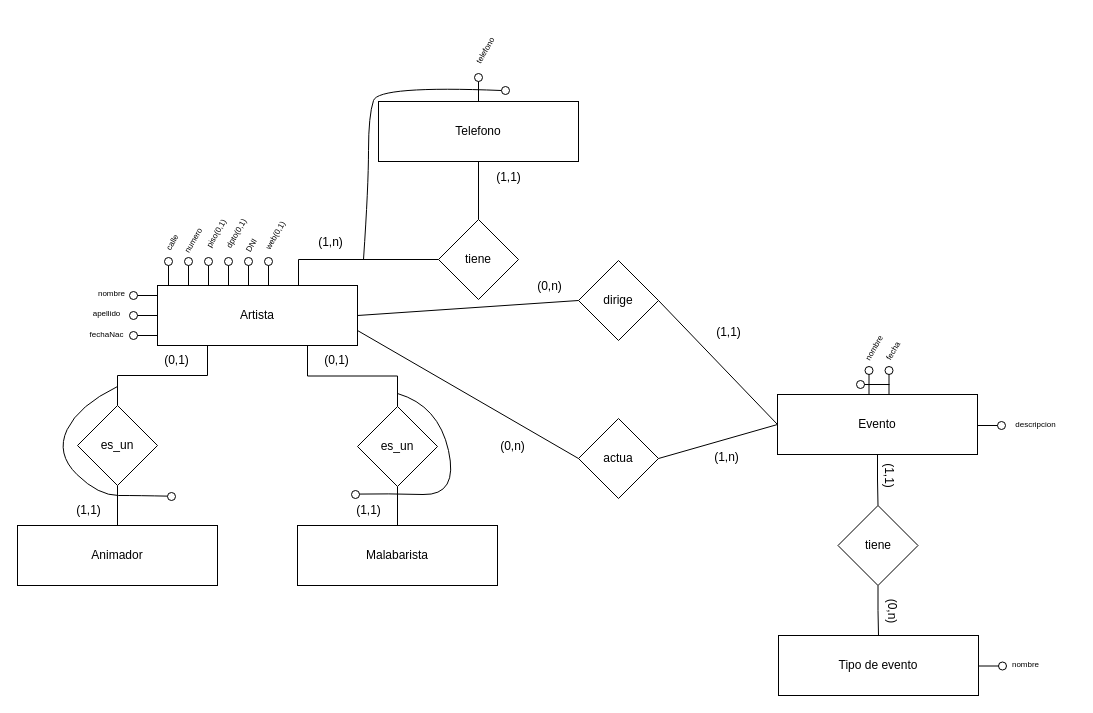
Above: Practicas/Practica1/ej17/logico.drawio in gonblas/bd (draw.io), before the change. Source tidied: cells renumbered, new cells numbered last; positions are measured from the earlier drawing's top-left corner, leaving out a move shared by most shapes. Both pictures are drawn from the tidied source at 100%, with x=0, y=0 at pixel (17, 35).
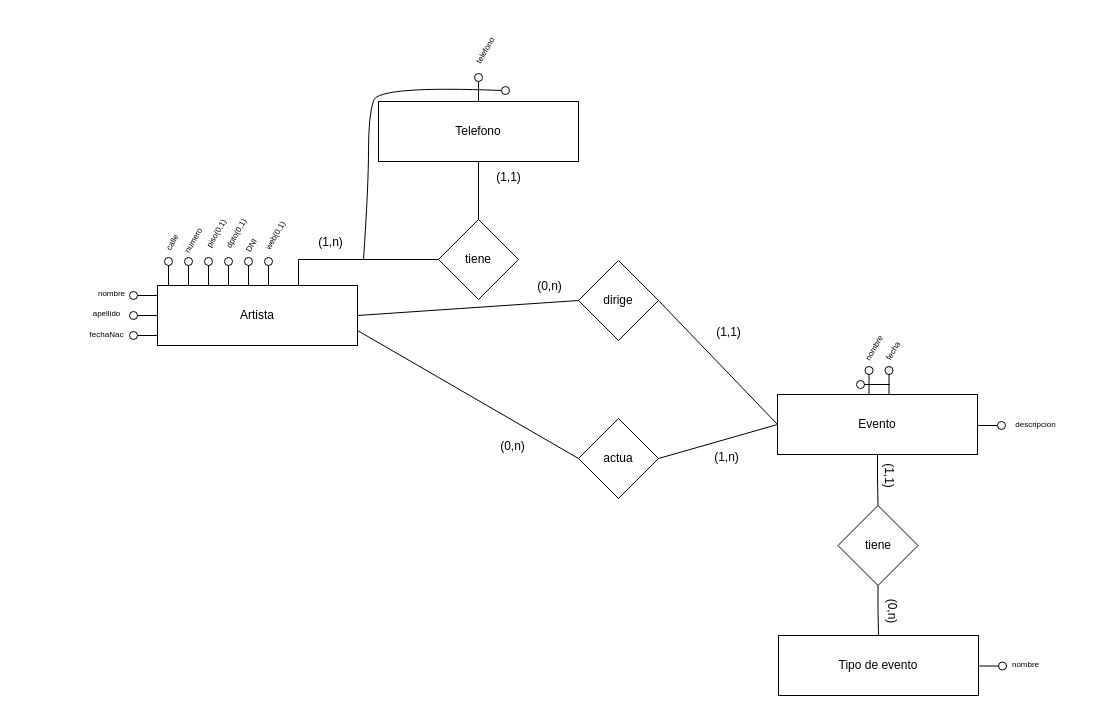
Above is the later version.

Commit message (it also covers changes not shown here):
Practica 1 - Punto 17

The change refers to these unchanged cells:
```xml
<mxCell id="4" value="Artista" style="rounded=0;whiteSpace=wrap;html=1;" parent="1" vertex="1">
  <mxGeometry x="140" y="250" width="200" height="60" as="geometry" />
</mxCell>
```

The edit, as a diff of the source:
```diff
@@
-    <mxCell id="3" style="edgeStyle=orthogonalEdgeStyle;rounded=0;jettySize=auto;html=1;entryX=0.5;entryY=0;entryDx=0;entryDy=0;endArrow=none;startFill=0;exitX=0.25;exitY=1;exitDx=0;exitDy=0;" parent="1" edge="1" source="4" target="32">
-      <mxGeometry relative="1" as="geometry" />
-    </mxCell>
@@
-    <mxCell id="30" value="Animador" style="rounded=0;whiteSpace=wrap;html=1;" parent="1" vertex="1">
-      <mxGeometry y="490" width="200" height="60" as="geometry" />
-    </mxCell>
-    <mxCell id="31" style="edgeStyle=orthogonalEdgeStyle;rounded=0;jettySize=auto;html=1;entryX=0.5;entryY=0;entryDx=0;entryDy=0;exitX=0.5;exitY=1;exitDx=0;exitDy=0;endArrow=none;startFill=0;" parent="1" edge="1" source="32" target="30">
-      <mxGeometry relative="1" as="geometry" />
-    </mxCell>
-    <mxCell id="32" value="es_un" style="rhombus;whiteSpace=wrap;html=1;" parent="1" vertex="1">
-      <mxGeometry x="60" y="370" width="80" height="80" as="geometry" />
-    </mxCell>
-    <mxCell id="33" value="(0,1)" style="text;html=1;align=center;verticalAlign=middle;strokeColor=none;fillColor=none;" parent="1" vertex="1">
-      <mxGeometry x="129" y="310" width="60" height="30" as="geometry" />
-    </mxCell>
-    <mxCell id="34" value="(1,1)" style="text;html=1;align=center;verticalAlign=middle;points=[];strokeColor=none;fillColor=none;" parent="1" vertex="1">
-      <mxGeometry x="321" y="460" width="60" height="30" as="geometry" />
-    </mxCell>
-    <mxCell id="35" style="curved=1;endArrow=none;html=1;rounded=0;startFill=0;entryX=0.258;entryY=0.46;entryDx=0;entryDy=0;entryPerimeter=0;" parent="1" edge="1" target="36">
-      <mxGeometry relative="1" as="geometry">
-        <mxPoint x="100" y="351" as="sourcePoint" />
-        <Array as="points">
-          <mxPoint x="61" y="370" />
-          <mxPoint x="38.2" y="418.3" />
-          <mxPoint x="81" y="460" />
-          <mxPoint x="121" y="460" />
-        </Array>
-      </mxGeometry>
-    </mxCell>
-    <mxCell id="36" style="ellipse;whiteSpace=wrap;html=1;fillColor=light-dark(#FFFFFF,#FFFFFF);rotation=0;" parent="1" vertex="1">
-      <mxGeometry x="150" y="457" width="8" height="8" as="geometry" />
-    </mxCell>
@@
-    <mxCell id="58" style="edgeStyle=orthogonalEdgeStyle;rounded=0;jettySize=auto;html=1;entryX=0.5;entryY=1;entryDx=0;entryDy=0;endArrow=none;startFill=0;" parent="1" edge="1" source="59" target="61">
-      <mxGeometry relative="1" as="geometry" />
-    </mxCell>
-    <mxCell id="59" value="Malabarista" style="rounded=0;whiteSpace=wrap;html=1;" parent="1" vertex="1">
-      <mxGeometry x="280" y="490" width="200" height="60" as="geometry" />
-    </mxCell>
-    <mxCell id="60" style="edgeStyle=orthogonalEdgeStyle;rounded=0;jettySize=auto;html=1;entryX=0.75;entryY=1;entryDx=0;entryDy=0;endArrow=none;startFill=0;" parent="1" edge="1" source="61" target="4">
-      <mxGeometry relative="1" as="geometry" />
-    </mxCell>
-    <mxCell id="61" value="es_un" style="rhombus;whiteSpace=wrap;html=1;" parent="1" vertex="1">
-      <mxGeometry x="340" y="371" width="80" height="80" as="geometry" />
-    </mxCell>
-    <mxCell id="62" value="(1,1)" style="text;html=1;align=center;verticalAlign=middle;strokeColor=none;fillColor=none;" parent="1" vertex="1">
-      <mxGeometry x="41" y="460" width="60" height="30" as="geometry" />
-    </mxCell>
-    <mxCell id="63" value="(0,1)" style="text;html=1;align=center;verticalAlign=middle;strokeColor=none;fillColor=none;" parent="1" vertex="1">
-      <mxGeometry x="289" y="310" width="60" height="30" as="geometry" />
-    </mxCell>
-    <mxCell id="64" style="curved=1;endArrow=none;html=1;rounded=0;startFill=0;entryX=0.312;entryY=-0.047;entryDx=0;entryDy=0;entryPerimeter=0;" parent="1" edge="1" target="34">
-      <mxGeometry relative="1" as="geometry">
-        <mxPoint x="380" y="358" as="sourcePoint" />
-        <Array as="points">
-          <mxPoint x="421" y="370" />
-          <mxPoint x="441" y="460" />
-          <mxPoint x="370" y="458" />
-        </Array>
-      </mxGeometry>
-    </mxCell>
-    <mxCell id="65" style="ellipse;whiteSpace=wrap;html=1;fillColor=light-dark(#FFFFFF,#FFFFFF);rotation=0;" parent="1" vertex="1">
-      <mxGeometry x="334" y="455" width="8" height="8" as="geometry" />
-    </mxCell>
```
